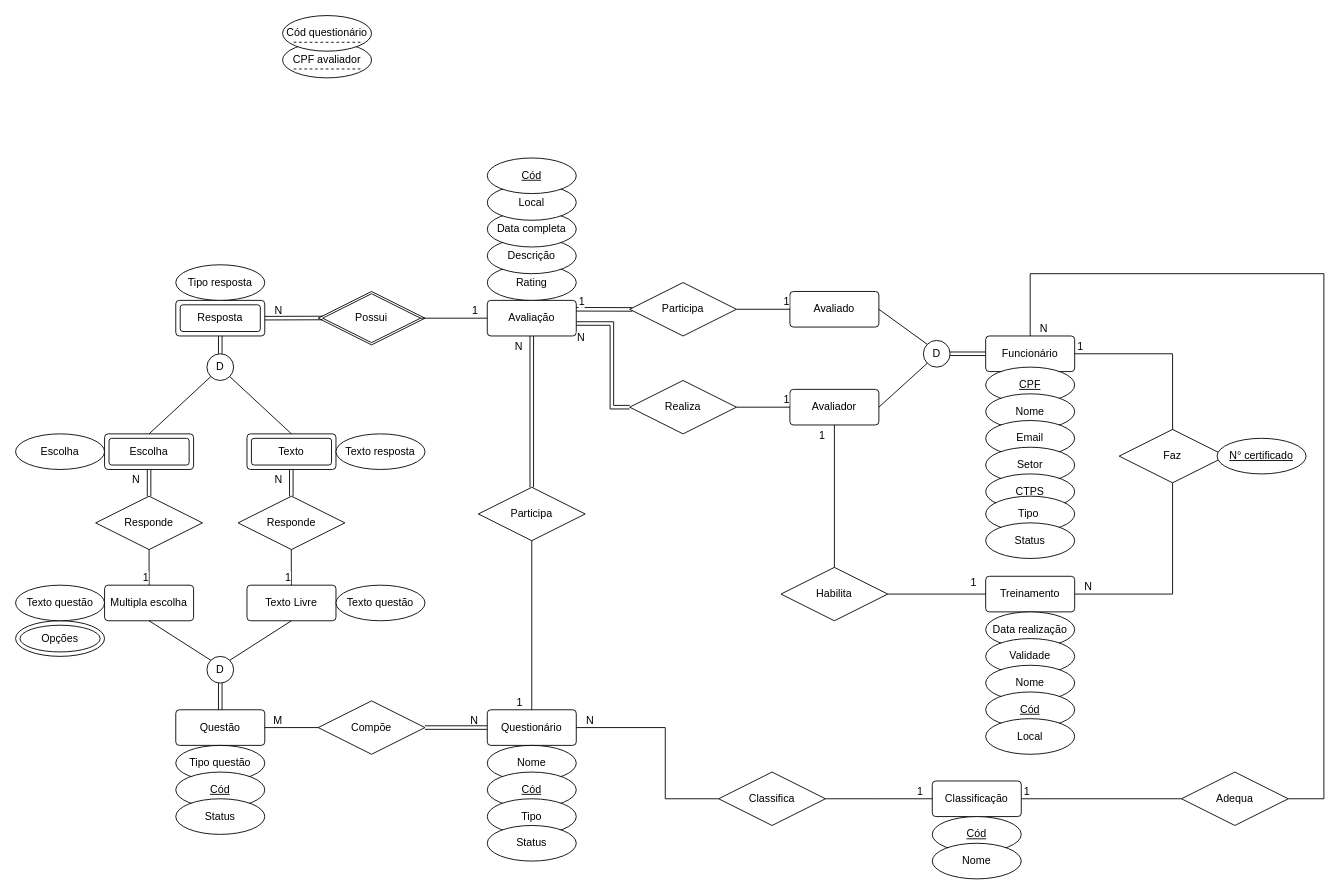
Before: schema.drawio in MarcosDataScientist/projeto_banco_de_dados, a draw.io diagram. Source tidied: cells renumbered, new cells numbered last; positions are measured from the earlier drawing's top-left corner, leaving out a move shared by most shapes. Both pictures are drawn from the tidied source at 89%, with x=0, y=0 at pixel (15, 15).
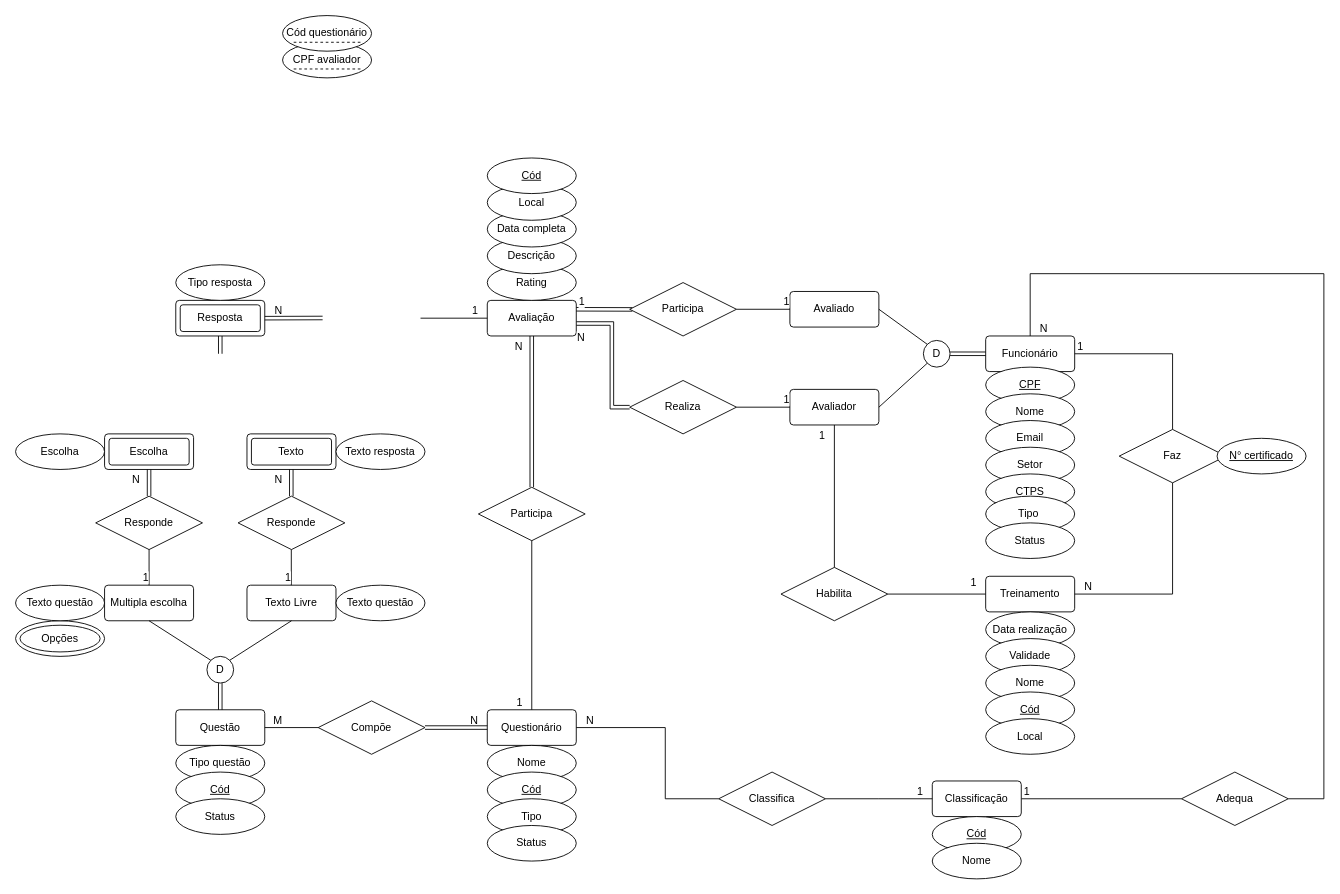
The same page after the edit.

Commit message:
Atualizações locais

Unchanged cells that the change refers to:
```xml
<mxCell id="7" value="Escolha" style="rounded=1;arcSize=10;whiteSpace=wrap;html=1;align=center;" parent="1" vertex="1">
  <mxGeometry x="100" y="470" width="100" height="40" as="geometry" />
</mxCell>
<mxCell id="8" value="Texto" style="rounded=1;arcSize=10;whiteSpace=wrap;html=1;align=center;" parent="1" vertex="1">
  <mxGeometry x="260" y="470" width="100" height="40" as="geometry" />
</mxCell>
<mxCell id="16" value="Avaliação" style="rounded=1;arcSize=10;whiteSpace=wrap;html=1;align=center;" parent="1" vertex="1">
  <mxGeometry x="530" y="320" width="100" height="40" as="geometry" />
</mxCell>
```

Diff of the diagram source:
```diff
@@
-    <mxCell id="9" value="D" style="ellipse;whiteSpace=wrap;html=1;" parent="1" vertex="1">
-      <mxGeometry x="215" y="380" width="30" height="30" as="geometry" />
-    </mxCell>
-    <mxCell id="10" style="endArrow=none;html=1;exitX=0;exitY=1;exitDx=0;exitDy=0;entryX=0.5;entryY=0;entryDx=0;entryDy=0;" parent="1" edge="1" source="9" target="7">
-      <mxGeometry relative="1" as="geometry" />
-    </mxCell>
-    <mxCell id="11" style="endArrow=none;html=1;exitX=1;exitY=1;exitDx=0;exitDy=0;entryX=0.5;entryY=0;entryDx=0;entryDy=0;" parent="1" edge="1" source="9" target="8">
-      <mxGeometry relative="1" as="geometry" />
-    </mxCell>
@@
-    <mxCell id="17" value="Possui" style="shape=rhombus;perimeter=rhombusPerimeter;whiteSpace=wrap;html=1;align=center;" parent="1" vertex="1">
-      <mxGeometry x="340" y="310" width="120" height="60" as="geometry" />
-    </mxCell>
@@
-    <mxCell id="20" style="endArrow=none;html=1;rounded=0;exitX=0;exitY=0.5;exitDx=0;exitDy=0;entryX=1;entryY=0.5;entryDx=0;entryDy=0;" parent="1" edge="1" source="16" target="27">
-      <mxGeometry relative="1" as="geometry" />
+    <mxCell id="20" style="endArrow=none;html=1;rounded=0;exitX=0;exitY=0.5;exitDx=0;exitDy=0;entryX=1;entryY=0.5;entryDx=0;entryDy=0;" parent="1" edge="1" source="16">
+      <mxGeometry relative="1" as="geometry">
+        <mxPoint x="455" y="340" as="targetPoint" />
+      </mxGeometry>
     </mxCell>
@@
-    <mxCell id="22" style="rounded=1;arcSize=10;whiteSpace=wrap;html=1;align=center;fillColor=none;" parent="1" vertex="1">
+    <mxCell id="22" style="rounded=1;arcSize=10;whiteSpace=wrap;html=1;align=center;fillColor=none;strokeColor=light-dark(#000000,#84FF0A);" parent="1" vertex="1">
       <mxGeometry x="185" y="325" width="90" height="30" as="geometry" />
     </mxCell>
@@
-    <mxCell id="25" style="shape=link;html=1;rounded=0;entryX=0.5;entryY=0;entryDx=0;entryDy=0;" parent="1" edge="1" target="9">
+    <mxCell id="25" style="shape=link;html=1;rounded=0;entryX=0.5;entryY=0;entryDx=0;entryDy=0;" parent="1" edge="1">
       <mxGeometry relative="1" as="geometry">
         <mxPoint x="230" y="360" as="sourcePoint" />
+        <mxPoint x="230" y="380" as="targetPoint" />
       </mxGeometry>
     </mxCell>
@@
-    <mxCell id="27" style="shape=rhombus;perimeter=rhombusPerimeter;whiteSpace=wrap;html=1;align=center;fillColor=none;" parent="1" vertex="1">
-      <mxGeometry x="345" y="312.5" width="110" height="55" as="geometry" />
-    </mxCell>
```
